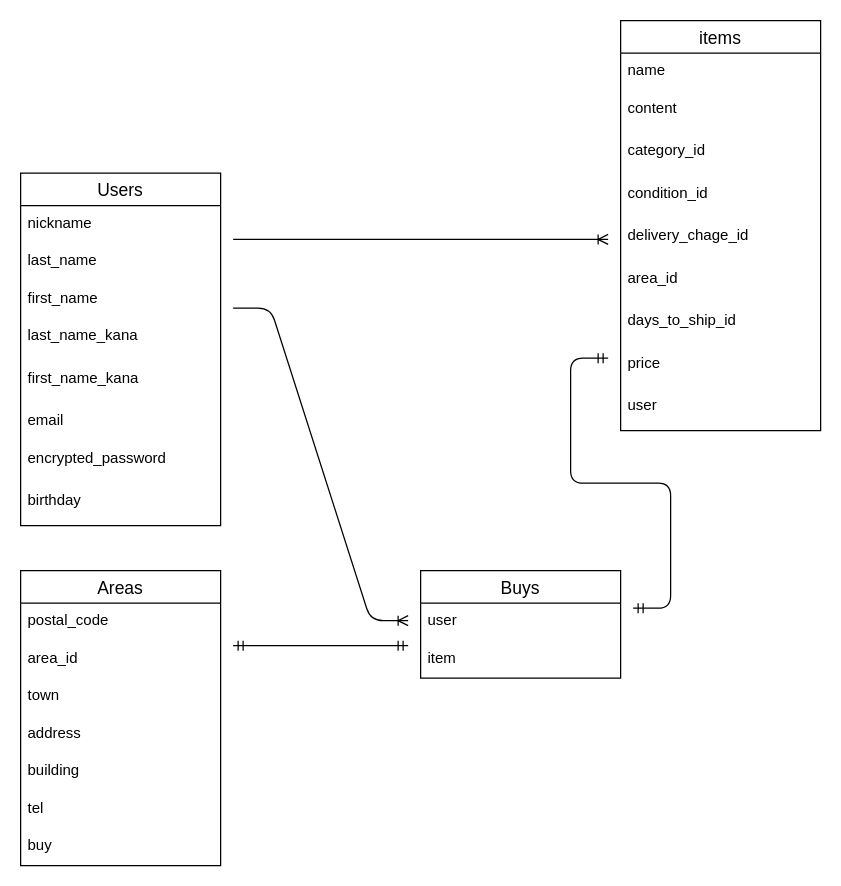
Earlier version of the draw.io diagram app/test.dio (kengolgol/furima-35558). Source tidied: cells renumbered, new cells numbered last; positions are measured from the earlier drawing's top-left corner, leaving out a move shared by most shapes. Both pictures are drawn from the tidied source at 125%, with x=0, y=0 at pixel (20, 20).
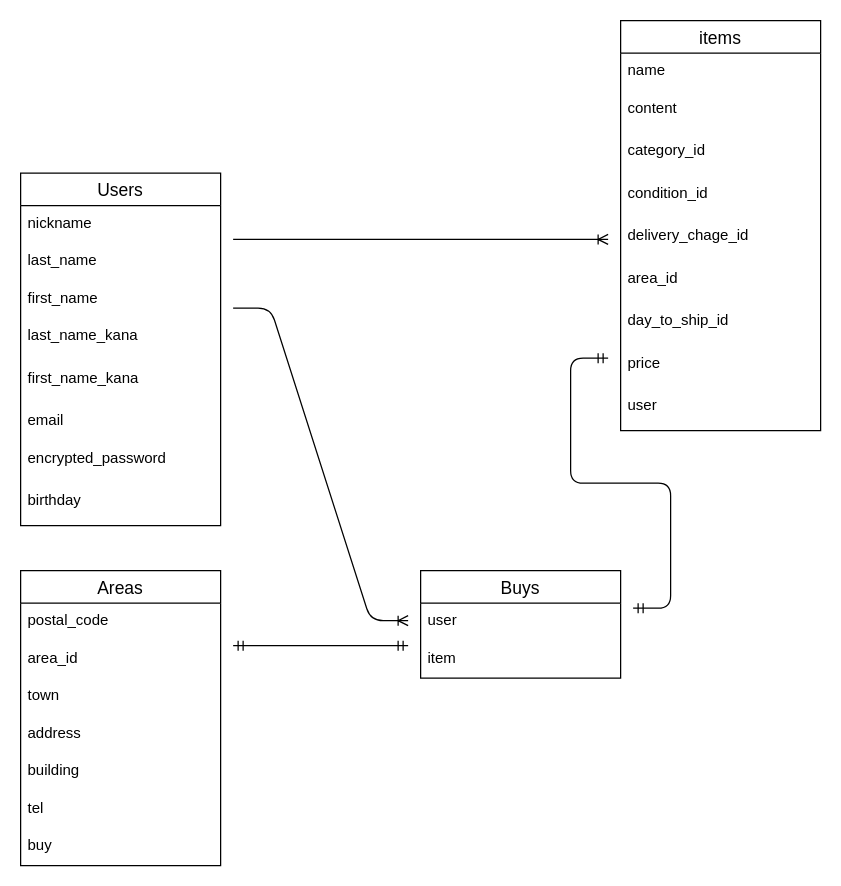
Above is the later version.

Unchanged cells that the change refers to:
```xml
<mxCell id="2" value="items" style="swimlane;fontStyle=0;horizontal=1;startSize=26;align=center;fontSize=14;" parent="1" vertex="1">
  <mxGeometry x="480" width="160" height="328" as="geometry" />
</mxCell>
```

What changed in the source:
```diff
@@
-    <mxCell id="9" value="days_to_ship_id" style="text;strokeColor=none;fillColor=none;spacingLeft=4;spacingRight=4;overflow=hidden;fontSize=12;" parent="2" vertex="1">
+    <mxCell id="9" value="day_to_ship_id" style="text;strokeColor=none;fillColor=none;spacingLeft=4;spacingRight=4;overflow=hidden;fontSize=12;" parent="2" vertex="1">
       <mxGeometry y="226" width="160" height="34" as="geometry" />
     </mxCell>
```
